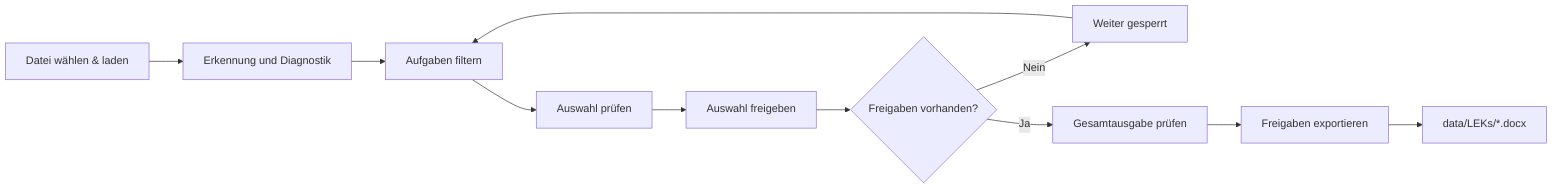
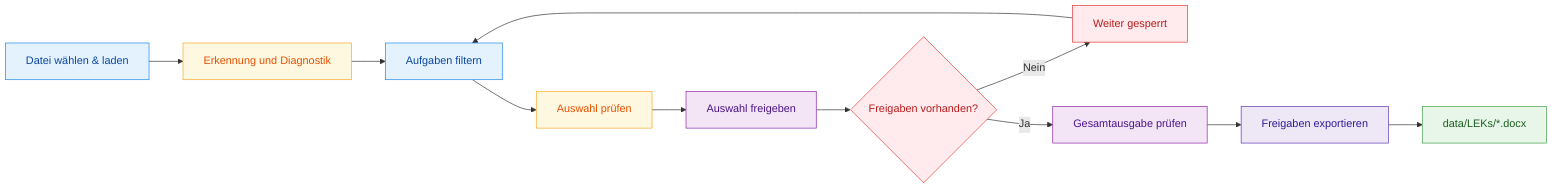
flowchart LR
    A[Datei wählen & laden] --> B[Erkennung und Diagnostik]
    B --> C[Aufgaben filtern]
    C --> D[Auswahl prüfen]
    D --> E[Auswahl freigeben]
    E --> F{Freigaben vorhanden?}
    F -->|Nein| G[Weiter gesperrt]
    G --> C
    F -->|Ja| H[Gesamtausgabe prüfen]
    H --> I[Freigaben exportieren]
    I --> J[data/LEKs/*.docx]
+ 
+     classDef ui fill:#E3F2FD,stroke:#1E88E5,color:#0D47A1,stroke-width:1px;
+     classDef process fill:#FFF8E1,stroke:#F9A825,color:#E65100,stroke-width:1px;
+     classDef data fill:#E8F5E9,stroke:#43A047,color:#1B5E20,stroke-width:1px;
+     classDef quality fill:#F3E5F5,stroke:#8E24AA,color:#4A148C,stroke-width:1px;
+     classDef decision fill:#FFEBEE,stroke:#E53935,color:#B71C1C,stroke-width:1px;
+     classDef release fill:#EDE7F6,stroke:#5E35B1,color:#311B92,stroke-width:1px;
+ 
+     class A,C ui;
+     class B,D process;
+     class E,H quality;
+     class F,G decision;
+     class I release;
+     class J data;
